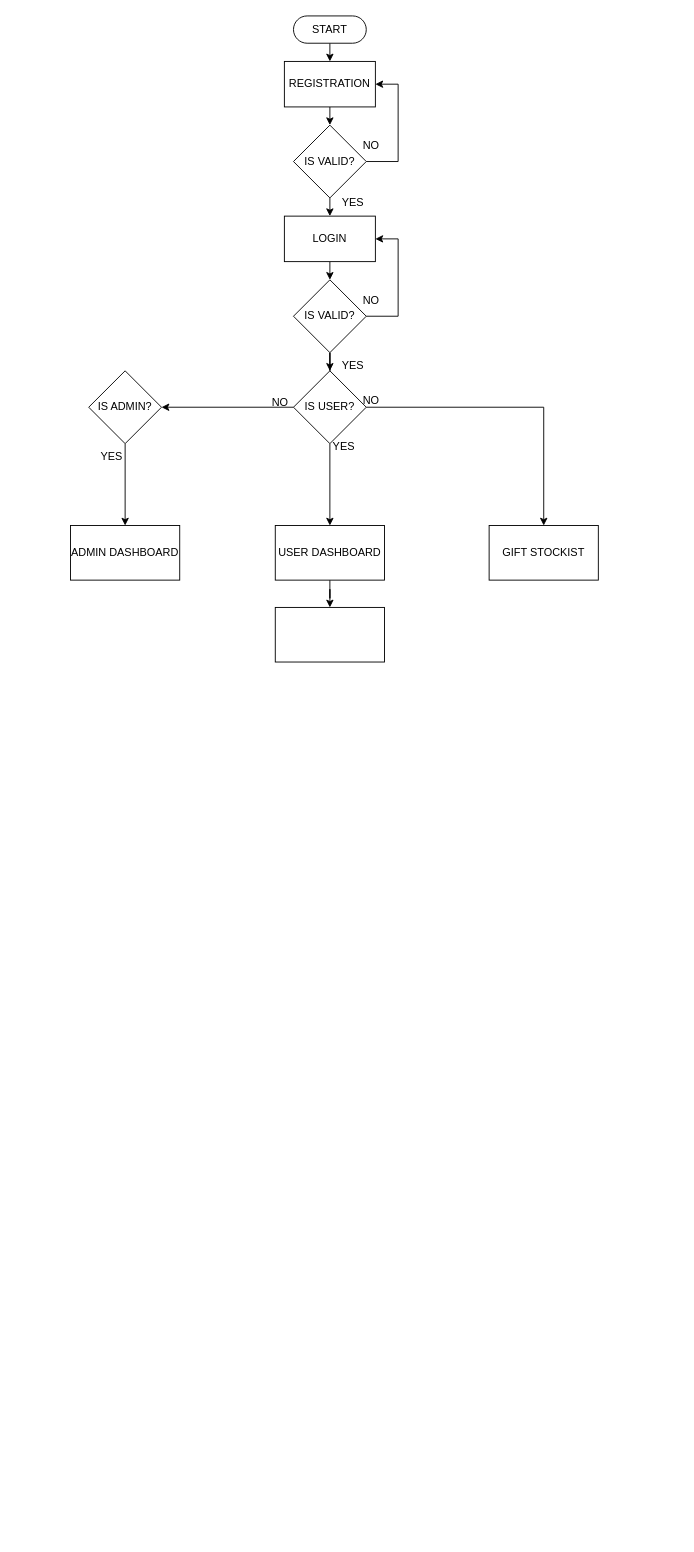
sonukshatriya/flowchart keeps this draw.io diagram as page "Page-1" (1 of 2) of gifthamper.drawio. Above is the earlier version. Source tidied: cells renumbered, new cells numbered last; positions are measured from the earlier drawing's top-left corner, leaving out a move shared by most shapes. Both pictures are drawn from the tidied source at 91%, with x=0, y=0 at pixel (70, 15).
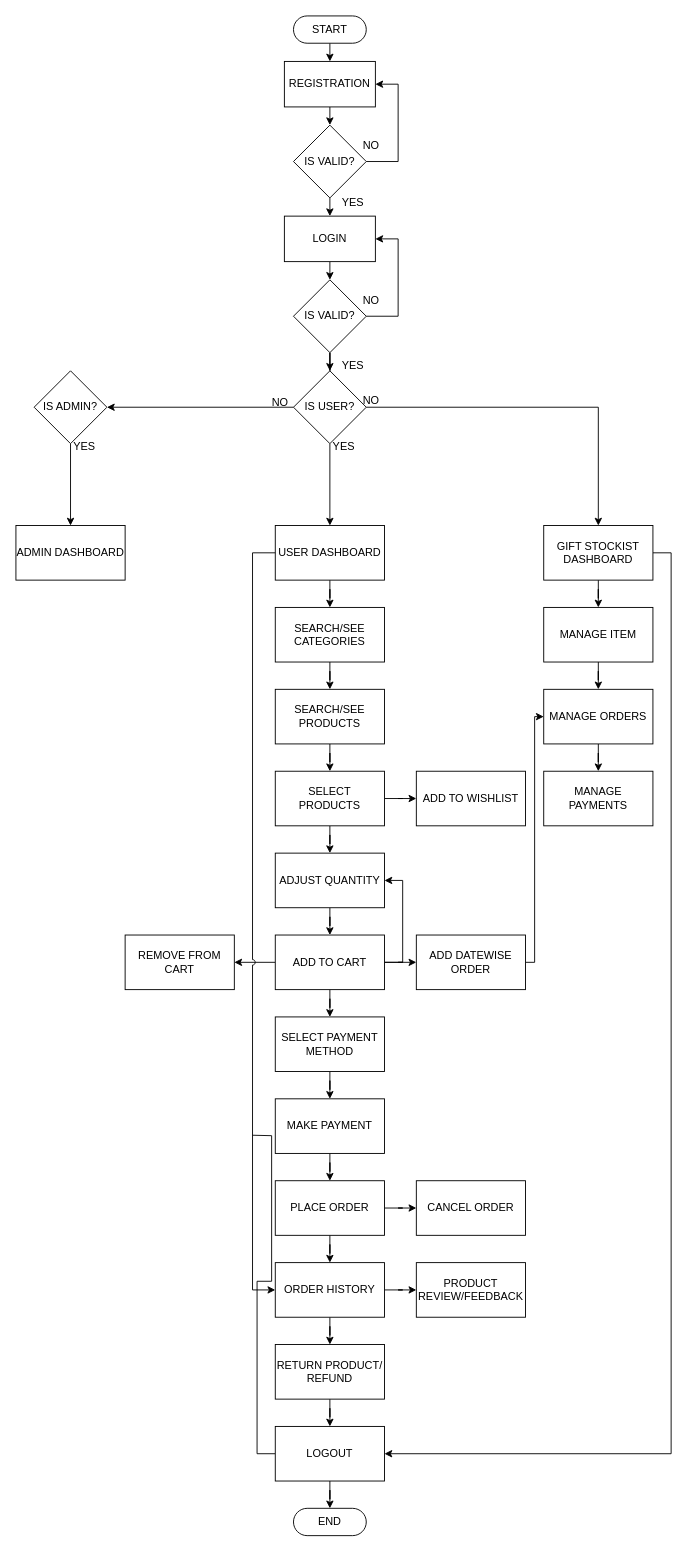
The same diagram, later.

The change refers to these unchanged cells:
```xml
<mxCell id="29" value="USER DASHBOARD" style="whiteSpace=wrap;html=1;" parent="1" vertex="1">
  <mxGeometry x="225" y="560" width="120" height="60" as="geometry" />
</mxCell>
```

Diff of the diagram source:
```diff
@@
     <mxCell id="21" value="IS ADMIN?" style="rhombus;whiteSpace=wrap;html=1;" parent="1" vertex="1">
-      <mxGeometry x="20" y="390" width="80" height="80" as="geometry" />
+      <mxGeometry x="-40" y="390" width="80" height="80" as="geometry" />
     </mxCell>
@@
     <mxCell id="25" value="ADMIN DASHBOARD" style="whiteSpace=wrap;html=1;" parent="1" vertex="1">
-      <mxGeometry y="560" width="120" height="60" as="geometry" />
+      <mxGeometry x="-60" y="560" width="120" height="60" as="geometry" />
     </mxCell>
     <mxCell id="26" value="YES" style="text;html=1;align=center;verticalAlign=middle;strokeColor=none;fillColor=none;" parent="1" vertex="1">
-      <mxGeometry x="20" y="470" width="50" height="30" as="geometry" />
+      <mxGeometry x="-10" y="458" width="50" height="30" as="geometry" />
     </mxCell>
+    <mxCell id="33" style="edgeStyle=orthogonalEdgeStyle;rounded=0;jettySize=auto;html=1;exitX=1;exitY=0.5;exitDx=0;exitDy=0;entryX=1;entryY=0.5;entryDx=0;entryDy=0;" parent="1" edge="1" source="27" target="68">
+      <mxGeometry relative="1" as="geometry" />
+    </mxCell>
+    <mxCell id="34" style="edgeStyle=orthogonalEdgeStyle;rounded=0;jettySize=auto;html=1;" parent="1" edge="1" source="27" target="72">
+      <mxGeometry relative="1" as="geometry" />
+    </mxCell>
-    <mxCell id="27" value="GIFT STOCKIST" style="whiteSpace=wrap;html=1;" parent="1" vertex="1">
-      <mxGeometry x="460" y="560" width="120" height="60" as="geometry" />
+    <mxCell id="27" value="GIFT STOCKIST&lt;br&gt;DASHBOARD" style="whiteSpace=wrap;html=1;" parent="1" vertex="1">
+      <mxGeometry x="520" y="560" width="120" height="60" as="geometry" />
     </mxCell>
@@
+    <mxCell id="35" style="edgeStyle=orthogonalEdgeStyle;rounded=0;jettySize=auto;html=1;" parent="1" edge="1" source="32" target="37">
+      <mxGeometry relative="1" as="geometry" />
+    </mxCell>
-    <mxCell id="32" style="whiteSpace=wrap;html=1;" parent="1" vertex="1">
+    <mxCell id="32" value="SEARCH/SEE&lt;br&gt;CATEGORIES" style="whiteSpace=wrap;html=1;" parent="1" vertex="1">
       <mxGeometry x="225" y="650" width="120" height="60" as="geometry" />
     </mxCell>
+    <mxCell id="36" style="edgeStyle=orthogonalEdgeStyle;rounded=0;jettySize=auto;html=1;" parent="1" edge="1" source="37" target="40">
+      <mxGeometry relative="1" as="geometry" />
+    </mxCell>
+    <mxCell id="37" value="SEARCH/SEE&lt;br&gt;PRODUCTS" style="whiteSpace=wrap;html=1;" parent="1" vertex="1">
+      <mxGeometry x="225" y="740" width="120" height="60" as="geometry" />
+    </mxCell>
+    <mxCell id="38" style="edgeStyle=orthogonalEdgeStyle;rounded=0;jettySize=auto;html=1;" parent="1" edge="1" source="40" target="42">
+      <mxGeometry relative="1" as="geometry" />
+    </mxCell>
+    <mxCell id="39" style="edgeStyle=orthogonalEdgeStyle;rounded=0;jettySize=auto;html=1;" parent="1" edge="1" source="40" target="49">
+      <mxGeometry relative="1" as="geometry" />
+    </mxCell>
+    <mxCell id="40" value="SELECT&lt;br&gt;PRODUCTS" style="whiteSpace=wrap;html=1;" parent="1" vertex="1">
+      <mxGeometry x="225" y="830" width="120" height="60" as="geometry" />
+    </mxCell>
+    <mxCell id="41" style="edgeStyle=orthogonalEdgeStyle;rounded=0;jettySize=auto;html=1;" parent="1" edge="1" source="42" target="47">
+      <mxGeometry relative="1" as="geometry" />
+    </mxCell>
+    <mxCell id="42" value="ADJUST QUANTITY" style="whiteSpace=wrap;html=1;" parent="1" vertex="1">
+      <mxGeometry x="225" y="920" width="120" height="60" as="geometry" />
+    </mxCell>
+    <mxCell id="43" style="edgeStyle=orthogonalEdgeStyle;rounded=0;jettySize=auto;html=1;exitX=1;exitY=0.5;exitDx=0;exitDy=0;entryX=1;entryY=0.5;entryDx=0;entryDy=0;jumpStyle=arc;" parent="1" edge="1" source="47" target="42">
+      <mxGeometry relative="1" as="geometry" />
+    </mxCell>
+    <mxCell id="44" style="edgeStyle=orthogonalEdgeStyle;rounded=0;jettySize=auto;html=1;" parent="1" edge="1" source="47" target="48">
+      <mxGeometry relative="1" as="geometry" />
+    </mxCell>
+    <mxCell id="45" style="edgeStyle=orthogonalEdgeStyle;rounded=0;jettySize=auto;html=1;jumpStyle=gap;" parent="1" edge="1" source="47" target="51">
+      <mxGeometry relative="1" as="geometry" />
+    </mxCell>
+    <mxCell id="46" style="edgeStyle=orthogonalEdgeStyle;rounded=0;jettySize=auto;html=1;" parent="1" edge="1" source="47" target="53">
+      <mxGeometry relative="1" as="geometry" />
+    </mxCell>
+    <mxCell id="47" value="ADD TO CART" style="whiteSpace=wrap;html=1;" parent="1" vertex="1">
+      <mxGeometry x="225" y="1010" width="120" height="60" as="geometry" />
+    </mxCell>
+    <mxCell id="48" value="REMOVE FROM CART" style="whiteSpace=wrap;html=1;" parent="1" vertex="1">
+      <mxGeometry x="60" y="1010" width="120" height="60" as="geometry" />
+    </mxCell>
+    <mxCell id="49" value="ADD TO WISHLIST" style="whiteSpace=wrap;html=1;" parent="1" vertex="1">
+      <mxGeometry x="380" y="830" width="120" height="60" as="geometry" />
+    </mxCell>
+    <mxCell id="50" style="edgeStyle=orthogonalEdgeStyle;rounded=0;jettySize=auto;html=1;exitX=1;exitY=0.5;exitDx=0;exitDy=0;entryX=0;entryY=0.5;entryDx=0;entryDy=0;" parent="1" edge="1" source="51" target="74">
+      <mxGeometry relative="1" as="geometry">
+        <Array as="points">
+          <mxPoint x="510" y="1040" />
+          <mxPoint x="510" y="770" />
+        </Array>
+      </mxGeometry>
+    </mxCell>
+    <mxCell id="51" value="ADD DATEWISE ORDER" style="whiteSpace=wrap;html=1;" parent="1" vertex="1">
+      <mxGeometry x="380" y="1010" width="120" height="60" as="geometry" />
+    </mxCell>
+    <mxCell id="52" style="edgeStyle=orthogonalEdgeStyle;rounded=0;jettySize=auto;html=1;" parent="1" edge="1" source="53" target="55">
+      <mxGeometry relative="1" as="geometry" />
+    </mxCell>
+    <mxCell id="53" value="SELECT PAYMENT METHOD" style="whiteSpace=wrap;html=1;" parent="1" vertex="1">
+      <mxGeometry x="225" y="1100" width="120" height="60" as="geometry" />
+    </mxCell>
+    <mxCell id="54" style="edgeStyle=orthogonalEdgeStyle;rounded=0;jettySize=auto;html=1;" parent="1" edge="1" source="55" target="58">
+      <mxGeometry relative="1" as="geometry" />
+    </mxCell>
+    <mxCell id="55" value="MAKE PAYMENT" style="whiteSpace=wrap;html=1;" parent="1" vertex="1">
+      <mxGeometry x="225" y="1190" width="120" height="60" as="geometry" />
+    </mxCell>
+    <mxCell id="56" style="edgeStyle=orthogonalEdgeStyle;rounded=0;jettySize=auto;html=1;" parent="1" edge="1" source="58" target="59">
+      <mxGeometry relative="1" as="geometry" />
+    </mxCell>
+    <mxCell id="57" style="edgeStyle=orthogonalEdgeStyle;rounded=0;jettySize=auto;html=1;" parent="1" edge="1" source="58" target="63">
+      <mxGeometry relative="1" as="geometry" />
+    </mxCell>
+    <mxCell id="58" value="PLACE ORDER" style="whiteSpace=wrap;html=1;" parent="1" vertex="1">
+      <mxGeometry x="225" y="1280" width="120" height="60" as="geometry" />
+    </mxCell>
+    <mxCell id="59" value="CANCEL ORDER" style="whiteSpace=wrap;html=1;" parent="1" vertex="1">
+      <mxGeometry x="380" y="1280" width="120" height="60" as="geometry" />
+    </mxCell>
+    <mxCell id="60" style="edgeStyle=orthogonalEdgeStyle;rounded=0;jettySize=auto;html=1;" parent="1" edge="1" source="63" target="65">
+      <mxGeometry relative="1" as="geometry" />
+    </mxCell>
+    <mxCell id="61" style="edgeStyle=orthogonalEdgeStyle;rounded=0;jettySize=auto;html=1;exitX=0;exitY=0.5;exitDx=0;exitDy=0;entryX=0;entryY=0.5;entryDx=0;entryDy=0;jumpStyle=arc;" parent="1" edge="1" source="29" target="63">
+      <mxGeometry relative="1" as="geometry">
+        <Array as="points">
+          <mxPoint x="200" y="590" />
+          <mxPoint x="200" y="1400" />
+        </Array>
+      </mxGeometry>
+    </mxCell>
+    <mxCell id="62" style="edgeStyle=orthogonalEdgeStyle;rounded=0;jettySize=auto;html=1;" parent="1" edge="1" source="63" target="69">
+      <mxGeometry relative="1" as="geometry" />
+    </mxCell>
+    <mxCell id="63" value="ORDER HISTORY" style="whiteSpace=wrap;html=1;" parent="1" vertex="1">
+      <mxGeometry x="225" y="1370" width="120" height="60" as="geometry" />
+    </mxCell>
+    <mxCell id="64" style="edgeStyle=orthogonalEdgeStyle;rounded=0;jettySize=auto;html=1;" parent="1" edge="1" source="65" target="68">
+      <mxGeometry relative="1" as="geometry" />
+    </mxCell>
+    <mxCell id="65" value="RETURN PRODUCT/&lt;br&gt;REFUND" style="whiteSpace=wrap;html=1;" parent="1" vertex="1">
+      <mxGeometry x="225" y="1460" width="120" height="60" as="geometry" />
+    </mxCell>
+    <mxCell id="66" style="edgeStyle=orthogonalEdgeStyle;rounded=0;jettySize=auto;html=1;exitX=0;exitY=0.5;exitDx=0;exitDy=0;endArrow=none;endFill=0;entryX=0;entryY=0.5;entryDx=0;entryDy=0;" parent="1" edge="1" target="68">
+      <mxGeometry relative="1" as="geometry">
+        <mxPoint x="200" y="1230" as="sourcePoint" />
+      </mxGeometry>
+    </mxCell>
+    <mxCell id="67" style="edgeStyle=orthogonalEdgeStyle;rounded=0;jettySize=auto;html=1;exitX=0.5;exitY=1;exitDx=0;exitDy=0;" parent="1" edge="1" source="68" target="70">
+      <mxGeometry relative="1" as="geometry" />
+    </mxCell>
+    <mxCell id="68" value="LOGOUT" style="whiteSpace=wrap;html=1;" parent="1" vertex="1">
+      <mxGeometry x="225" y="1550" width="120" height="60" as="geometry" />
+    </mxCell>
+    <mxCell id="69" value="PRODUCT REVIEW/FEEDBACK" style="whiteSpace=wrap;html=1;" parent="1" vertex="1">
+      <mxGeometry x="380" y="1370" width="120" height="60" as="geometry" />
+    </mxCell>
+    <mxCell id="70" value="END" style="html=1;dashed=0;whiteSpace=wrap;shape=mxgraph.dfd.start;" parent="1" vertex="1">
+      <mxGeometry x="245" y="1640" width="80" height="30" as="geometry" />
+    </mxCell>
+    <mxCell id="71" style="edgeStyle=orthogonalEdgeStyle;rounded=0;jettySize=auto;html=1;" parent="1" edge="1" source="72" target="74">
+      <mxGeometry relative="1" as="geometry" />
+    </mxCell>
+    <mxCell id="72" value="MANAGE ITEM" style="whiteSpace=wrap;html=1;" parent="1" vertex="1">
+      <mxGeometry x="520" y="650" width="120" height="60" as="geometry" />
+    </mxCell>
+    <mxCell id="73" style="edgeStyle=orthogonalEdgeStyle;rounded=0;jettySize=auto;html=1;" parent="1" edge="1" source="74" target="75">
+      <mxGeometry relative="1" as="geometry" />
+    </mxCell>
+    <mxCell id="74" value="MANAGE ORDERS" style="whiteSpace=wrap;html=1;" parent="1" vertex="1">
+      <mxGeometry x="520" y="740" width="120" height="60" as="geometry" />
+    </mxCell>
+    <mxCell id="75" value="MANAGE PAYMENTS" style="whiteSpace=wrap;html=1;" parent="1" vertex="1">
+      <mxGeometry x="520" y="830" width="120" height="60" as="geometry" />
+    </mxCell>
```
